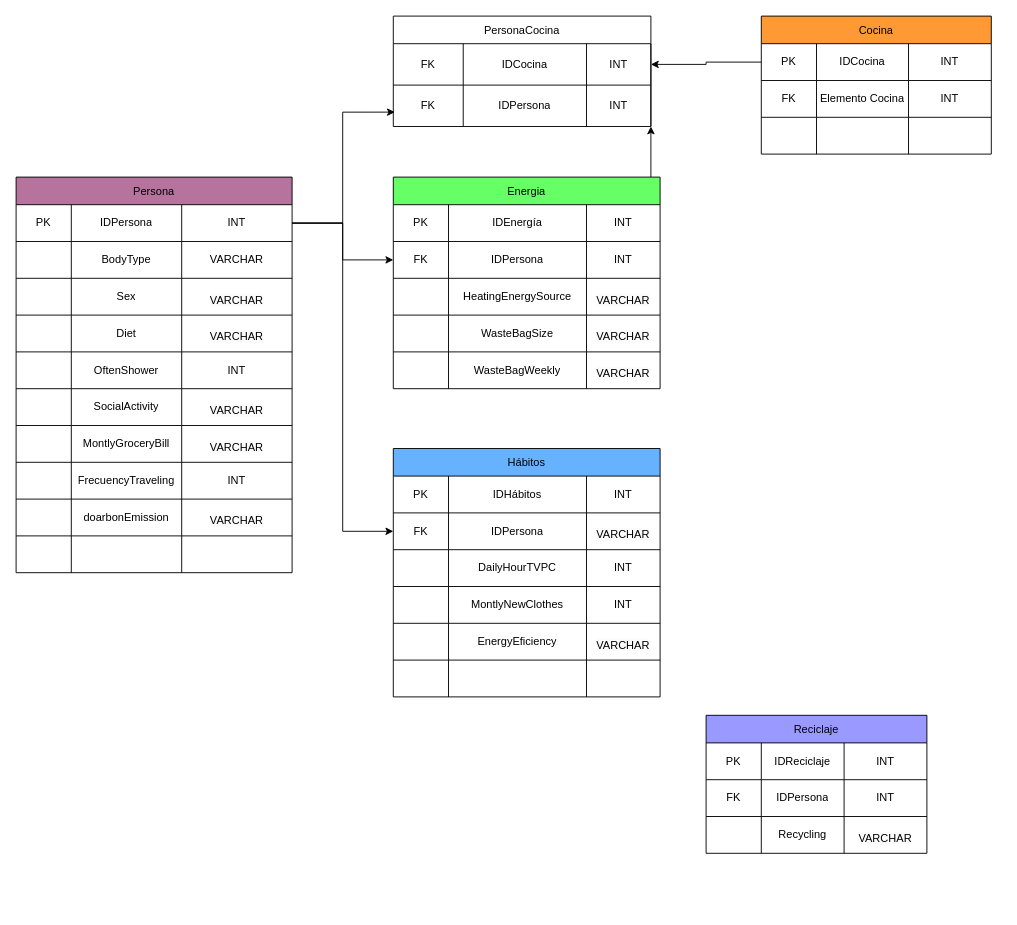
The draw.io diagram Diagrama sin título.drawio in ValentRodriguez/Bases, before the edit. Source tidied: cells renumbered, new cells numbered last; positions are measured from the earlier drawing's top-left corner, leaving out a move shared by most shapes. Both pictures are drawn from the tidied source at 92%, with x=0, y=0 at pixel (16, 16).
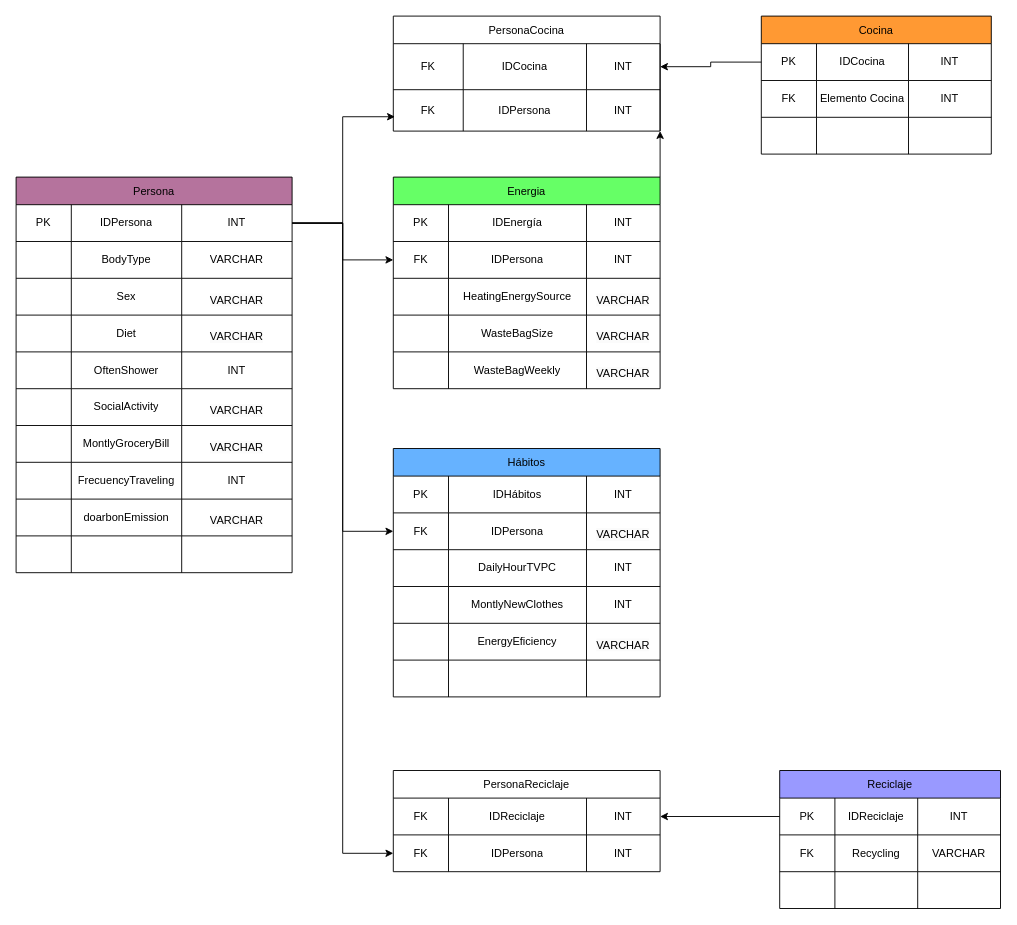
After the change.

The change refers to these unchanged cells:
```xml
<mxCell id="3" style="shape=tableRow;horizontal=0;startSize=0;swimlaneHead=0;swimlaneBody=0;strokeColor=inherit;top=0;left=0;bottom=0;right=0;fillColor=none;points=[[0,0.5],[1,0.5]];portConstraint=eastwest;" parent="2" vertex="1">
  <mxGeometry y="30" width="300" height="40" as="geometry" />
</mxCell>
<mxCell id="104" style="shape=tableRow;horizontal=0;startSize=0;swimlaneHead=0;swimlaneBody=0;strokeColor=inherit;top=0;left=0;bottom=0;right=0;fillColor=none;points=[[0,0.5],[1,0.5]];portConstraint=eastwest;" parent="103" vertex="1">
  <mxGeometry y="30" width="240" height="40" as="geometry" />
</mxCell>
<mxCell id="108" style="shape=tableRow;horizontal=0;startSize=0;swimlaneHead=0;swimlaneBody=0;strokeColor=inherit;top=0;left=0;bottom=0;right=0;fillColor=none;" parent="103" vertex="1">
  <mxGeometry y="70" width="240" height="40" as="geometry" />
</mxCell>
<mxCell id="112" style="shape=tableRow;horizontal=0;startSize=0;swimlaneHead=0;swimlaneBody=0;strokeColor=inherit;top=0;left=0;bottom=0;right=0;fillColor=none;" parent="103" vertex="1">
  <mxGeometry y="110" width="240" height="40" as="geometry" />
</mxCell>
```

Change to the diagram source:
```diff
@@
     <mxCell id="103" value="Reciclaje" style="shape=table;startSize=30;childLayout=tableLayout;fillColor=#9999FF;" parent="1" vertex="1">
-      <mxGeometry x="750" y="760" width="240" height="150" as="geometry" />
+      <mxGeometry x="830" y="820" width="240" height="150" as="geometry" />
     </mxCell>
@@
-    <mxCell id="110" value="IDPersona" style="shape=partialRectangle;html=1;whiteSpace=wrap;strokeColor=inherit;overflow=hidden;fillColor=none;top=0;left=0;bottom=0;right=0;" parent="108" vertex="1">
+    <mxCell id="110" value="Recycling" style="shape=partialRectangle;html=1;whiteSpace=wrap;strokeColor=inherit;overflow=hidden;fillColor=none;top=0;left=0;bottom=0;right=0;" parent="108" vertex="1">
       <mxGeometry x="60" width="90" height="40" as="geometry" />
     </mxCell>
-    <mxCell id="111" value="INT" style="shape=partialRectangle;html=1;whiteSpace=wrap;strokeColor=inherit;overflow=hidden;fillColor=none;top=0;left=0;bottom=0;right=0;" parent="108" vertex="1">
+    <mxCell id="111" value="VARCHAR" style="shape=partialRectangle;html=1;whiteSpace=wrap;strokeColor=inherit;overflow=hidden;fillColor=none;top=0;left=0;bottom=0;right=0;" parent="108" vertex="1">
       <mxGeometry x="150" width="90" height="40" as="geometry" />
     </mxCell>
@@
-    <mxCell id="114" value="Recycling" style="shape=partialRectangle;html=1;whiteSpace=wrap;strokeColor=inherit;overflow=hidden;fillColor=none;top=0;left=0;bottom=0;right=0;" parent="112" vertex="1">
+    <mxCell id="114" style="shape=partialRectangle;html=1;whiteSpace=wrap;strokeColor=inherit;overflow=hidden;fillColor=none;top=0;left=0;bottom=0;right=0;" parent="112" vertex="1">
       <mxGeometry x="60" width="90" height="40" as="geometry" />
     </mxCell>
-    <mxCell id="115" value="&#10;&lt;span style=&quot;color: rgb(0, 0, 0); font-family: Helvetica; font-size: 12px; font-style: normal; font-variant-ligatures: normal; font-variant-caps: normal; font-weight: 400; letter-spacing: normal; orphans: 2; text-align: center; text-indent: 0px; text-transform: none; widows: 2; word-spacing: 0px; -webkit-text-stroke-width: 0px; white-space: normal; background-color: rgb(251, 251, 251); text-decoration-thickness: initial; text-decoration-style: initial; text-decoration-color: initial; display: inline !important; float: none;&quot;&gt;VARCHAR&lt;/span&gt;&#10;&#10;" style="shape=partialRectangle;html=1;whiteSpace=wrap;strokeColor=inherit;overflow=hidden;fillColor=none;top=0;left=0;bottom=0;right=0;" parent="112" vertex="1">
+    <mxCell id="115" style="shape=partialRectangle;html=1;whiteSpace=wrap;strokeColor=inherit;overflow=hidden;fillColor=none;top=0;left=0;bottom=0;right=0;" parent="112" vertex="1">
       <mxGeometry x="150" width="90" height="40" as="geometry" />
     </mxCell>
@@
     <mxCell id="118" value="PersonaCocina" style="shape=table;startSize=30;childLayout=tableLayout;" parent="1" vertex="1">
-      <mxGeometry x="410" width="280" height="120" as="geometry" />
+      <mxGeometry x="410" width="290" height="125" as="geometry" />
     </mxCell>
     <mxCell id="119" style="shape=tableRow;horizontal=0;startSize=0;swimlaneHead=0;swimlaneBody=0;strokeColor=inherit;top=0;left=0;bottom=0;right=0;fillColor=none;points=[[0,0.5],[1,0.5]];portConstraint=eastwest;" parent="118" vertex="1">
-      <mxGeometry y="30" width="280" height="45" as="geometry" />
+      <mxGeometry y="30" width="290" height="50" as="geometry" />
     </mxCell>
     <mxCell id="120" value="FK" style="shape=partialRectangle;html=1;whiteSpace=wrap;strokeColor=inherit;overflow=hidden;fillColor=none;top=0;left=0;bottom=0;right=0;" parent="119" vertex="1">
-      <mxGeometry width="76" height="45" as="geometry" />
+      <mxGeometry width="76" height="50" as="geometry" />
     </mxCell>
     <mxCell id="121" value="IDCocina" style="shape=partialRectangle;html=1;whiteSpace=wrap;strokeColor=inherit;overflow=hidden;fillColor=none;top=0;left=0;bottom=0;right=0;" parent="119" vertex="1">
-      <mxGeometry x="76" width="134" height="45" as="geometry" />
+      <mxGeometry x="76" width="134" height="50" as="geometry" />
     </mxCell>
     <mxCell id="122" value="INT" style="shape=partialRectangle;html=1;whiteSpace=wrap;strokeColor=inherit;overflow=hidden;fillColor=none;top=0;left=0;bottom=0;right=0;" parent="119" vertex="1">
-      <mxGeometry x="210" width="70" height="45" as="geometry" />
+      <mxGeometry x="210" width="80" height="50" as="geometry" />
     </mxCell>
     <mxCell id="123" style="shape=tableRow;horizontal=0;startSize=0;swimlaneHead=0;swimlaneBody=0;strokeColor=inherit;top=0;left=0;bottom=0;right=0;fillColor=none;points=[[0,0.5],[1,0.5]];portConstraint=eastwest;" parent="118" vertex="1">
-      <mxGeometry y="75" width="280" height="45" as="geometry" />
+      <mxGeometry y="80" width="290" height="45" as="geometry" />
     </mxCell>
@@
     <mxCell id="126" value="INT" style="shape=partialRectangle;html=1;whiteSpace=wrap;strokeColor=inherit;overflow=hidden;fillColor=none;top=0;left=0;bottom=0;right=0;" parent="123" vertex="1">
-      <mxGeometry x="210" width="70" height="45" as="geometry" />
+      <mxGeometry x="210" width="80" height="45" as="geometry" />
     </mxCell>
     <mxCell id="127" style="whiteSpace=wrap;html=1;fillColor=#66FF66;startSize=30;" parent="123" vertex="1">
-      <mxGeometry x="280" height="45" as="geometry" />
+      <mxGeometry x="290" height="45" as="geometry" />
     </mxCell>
@@
+    <mxCell id="130" value="PersonaReciclaje" style="shape=table;startSize=30;childLayout=tableLayout;" parent="1" vertex="1">
+      <mxGeometry x="410" y="820" width="290" height="110" as="geometry" />
+    </mxCell>
+    <mxCell id="131" style="shape=tableRow;horizontal=0;startSize=0;swimlaneHead=0;swimlaneBody=0;strokeColor=inherit;top=0;left=0;bottom=0;right=0;fillColor=none;points=[[0,0.5],[1,0.5]];portConstraint=eastwest;" parent="130" vertex="1">
+      <mxGeometry y="30" width="290" height="40" as="geometry" />
+    </mxCell>
+    <mxCell id="132" value="FK" style="shape=partialRectangle;html=1;whiteSpace=wrap;strokeColor=inherit;overflow=hidden;fillColor=none;top=0;left=0;bottom=0;right=0;" parent="131" vertex="1">
+      <mxGeometry width="60" height="40" as="geometry" />
+    </mxCell>
+    <mxCell id="133" value="IDReciclaje" style="shape=partialRectangle;html=1;whiteSpace=wrap;strokeColor=inherit;overflow=hidden;fillColor=none;top=0;left=0;bottom=0;right=0;" parent="131" vertex="1">
+      <mxGeometry x="60" width="150" height="40" as="geometry" />
+    </mxCell>
+    <mxCell id="134" value="INT" style="shape=partialRectangle;html=1;whiteSpace=wrap;strokeColor=inherit;overflow=hidden;fillColor=none;top=0;left=0;bottom=0;right=0;" parent="131" vertex="1">
+      <mxGeometry x="210" width="80" height="40" as="geometry" />
+    </mxCell>
+    <mxCell id="135" style="shape=tableRow;horizontal=0;startSize=0;swimlaneHead=0;swimlaneBody=0;strokeColor=inherit;top=0;left=0;bottom=0;right=0;fillColor=none;points=[[0,0.5],[1,0.5]];portConstraint=eastwest;" parent="130" vertex="1">
+      <mxGeometry y="70" width="290" height="40" as="geometry" />
+    </mxCell>
+    <mxCell id="136" value="FK" style="shape=partialRectangle;html=1;whiteSpace=wrap;strokeColor=inherit;overflow=hidden;fillColor=none;top=0;left=0;bottom=0;right=0;" parent="135" vertex="1">
+      <mxGeometry width="60" height="40" as="geometry" />
+    </mxCell>
+    <mxCell id="137" value="IDPersona" style="shape=partialRectangle;html=1;whiteSpace=wrap;strokeColor=inherit;overflow=hidden;fillColor=none;top=0;left=0;bottom=0;right=0;" parent="135" vertex="1">
+      <mxGeometry x="60" width="150" height="40" as="geometry" />
+    </mxCell>
+    <mxCell id="138" value="INT" style="shape=partialRectangle;html=1;whiteSpace=wrap;strokeColor=inherit;overflow=hidden;fillColor=none;top=0;left=0;bottom=0;right=0;" parent="135" vertex="1">
+      <mxGeometry x="210" width="80" height="40" as="geometry" />
+    </mxCell>
+    <mxCell id="139" style="edgeStyle=orthogonalEdgeStyle;rounded=0;jettySize=auto;html=1;exitX=1;exitY=0.5;exitDx=0;exitDy=0;entryX=0;entryY=0.5;entryDx=0;entryDy=0;" parent="1" edge="1" source="3" target="135">
+      <mxGeometry relative="1" as="geometry" />
+    </mxCell>
+    <mxCell id="140" style="edgeStyle=orthogonalEdgeStyle;rounded=0;jettySize=auto;html=1;exitX=0;exitY=0.5;exitDx=0;exitDy=0;entryX=1;entryY=0.5;entryDx=0;entryDy=0;" parent="1" edge="1" source="104" target="131">
+      <mxGeometry relative="1" as="geometry" />
+    </mxCell>
```
